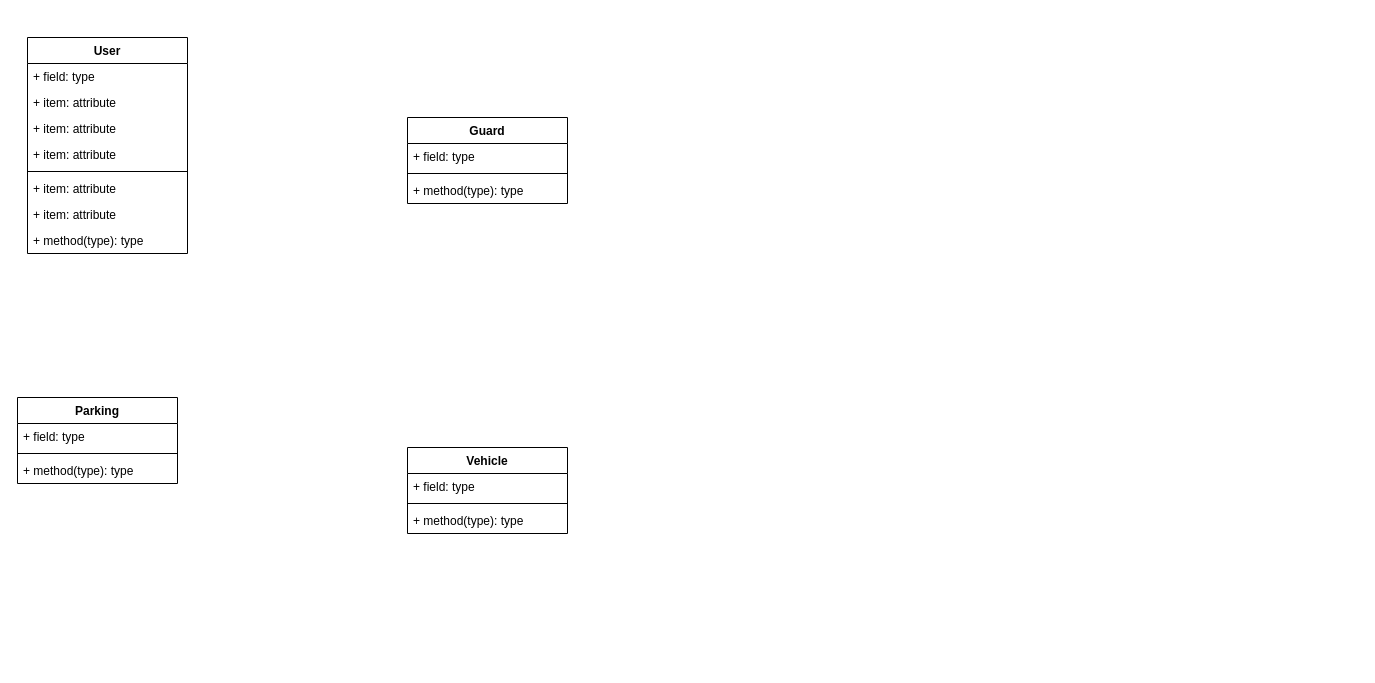
Above: Untitled Diagram.drawio in Jamil-Adnan/AssignmentParkinLot (draw.io), before the change. Source tidied: cells renumbered, new cells numbered last; positions are measured from the earlier drawing's top-left corner, leaving out a move shared by most shapes. Both pictures are drawn from the tidied source at 100%, with x=0, y=0 at pixel (17, 37).
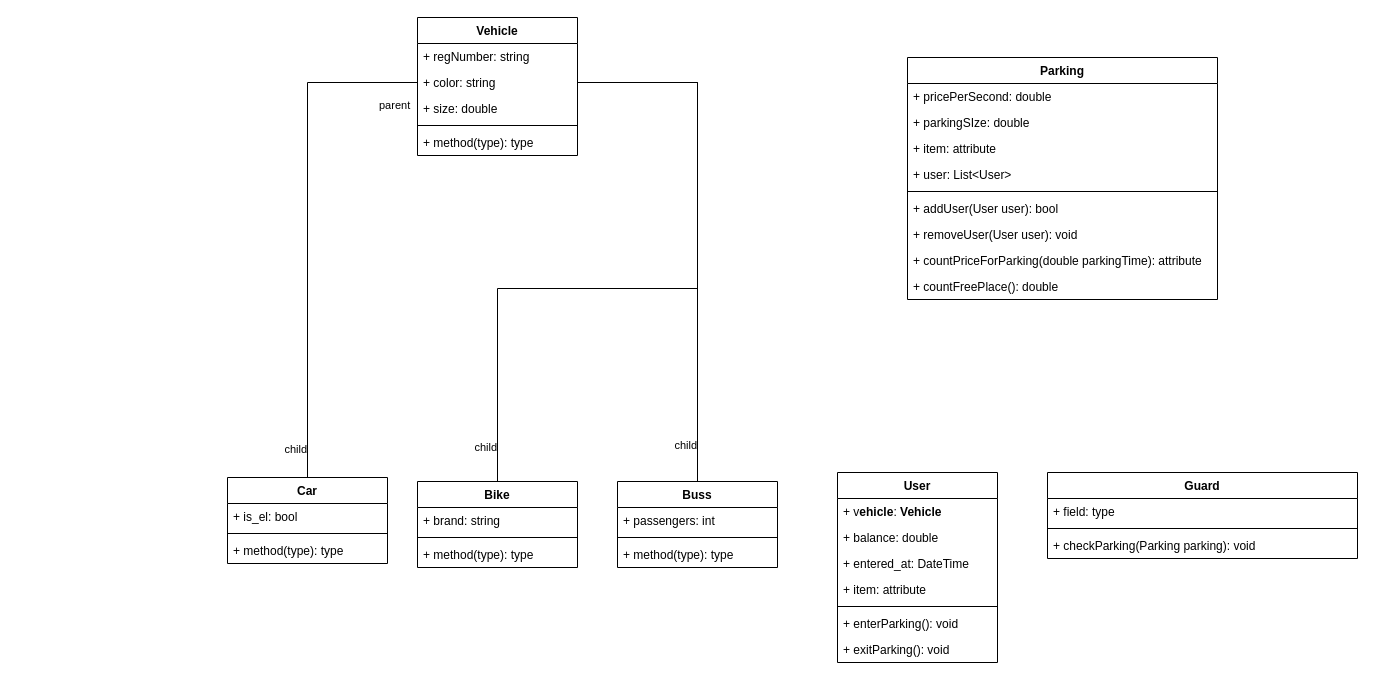
Above is the later version.

Commit message:
Planed few stuff

Change to the diagram source:
```diff
@@
     <mxCell id="2" value="Parking" style="swimlane;fontStyle=1;align=center;verticalAlign=top;horizontal=1;startSize=26;whiteSpace=wrap;html=1;" parent="1" vertex="1">
-      <mxGeometry y="360" width="160" height="86" as="geometry" />
+      <mxGeometry x="890" y="20" width="310" height="242" as="geometry" />
     </mxCell>
+    <mxCell id="23" value="+ pricePerSecond: double" style="text;strokeColor=none;fillColor=none;align=left;verticalAlign=top;spacingLeft=4;spacingRight=4;overflow=hidden;whiteSpace=wrap;html=1;" parent="2" vertex="1">
+      <mxGeometry y="26" width="310" height="26" as="geometry" />
+    </mxCell>
+    <mxCell id="24" value="+ parkingSIze: double" style="text;strokeColor=none;fillColor=none;align=left;verticalAlign=top;spacingLeft=4;spacingRight=4;overflow=hidden;whiteSpace=wrap;html=1;" parent="2" vertex="1">
+      <mxGeometry y="52" width="310" height="26" as="geometry" />
+    </mxCell>
+    <mxCell id="25" value="+ item: attribute" style="text;strokeColor=none;fillColor=none;align=left;verticalAlign=top;spacingLeft=4;spacingRight=4;overflow=hidden;whiteSpace=wrap;html=1;" parent="2" vertex="1">
+      <mxGeometry y="78" width="310" height="26" as="geometry" />
+    </mxCell>
-    <mxCell id="3" value="+ field: type" style="text;strokeColor=none;fillColor=none;align=left;verticalAlign=top;spacingLeft=4;spacingRight=4;overflow=hidden;whiteSpace=wrap;html=1;" parent="2" vertex="1">
-      <mxGeometry y="26" width="160" height="26" as="geometry" />
+    <mxCell id="3" value="+ user: List&amp;lt;User&amp;gt;" style="text;strokeColor=none;fillColor=none;align=left;verticalAlign=top;spacingLeft=4;spacingRight=4;overflow=hidden;whiteSpace=wrap;html=1;" parent="2" vertex="1">
+      <mxGeometry y="104" width="310" height="26" as="geometry" />
     </mxCell>
     <mxCell id="4" style="line;strokeWidth=1;fillColor=none;align=left;verticalAlign=middle;spacingTop=-1;spacingLeft=3;spacingRight=3;labelPosition=right;strokeColor=inherit;" parent="2" vertex="1">
-      <mxGeometry y="52" width="160" height="8" as="geometry" />
+      <mxGeometry y="130" width="310" height="8" as="geometry" />
     </mxCell>
+    <mxCell id="26" value="+ addUser(User user): bool&lt;div&gt;&lt;span style=&quot;white-space: pre;&quot;&gt;&#9;&lt;/span&gt;&lt;br&gt;&lt;/div&gt;" style="text;strokeColor=none;fillColor=none;align=left;verticalAlign=top;spacingLeft=4;spacingRight=4;overflow=hidden;whiteSpace=wrap;html=1;" parent="2" vertex="1">
+      <mxGeometry y="138" width="310" height="26" as="geometry" />
+    </mxCell>
+    <mxCell id="27" value="+ removeUser(User user): void&lt;span style=&quot;white-space: pre;&quot;&gt;&#9;&lt;/span&gt;" style="text;strokeColor=none;fillColor=none;align=left;verticalAlign=top;spacingLeft=4;spacingRight=4;overflow=hidden;whiteSpace=wrap;html=1;" parent="2" vertex="1">
+      <mxGeometry y="164" width="310" height="26" as="geometry" />
+    </mxCell>
+    <mxCell id="28" value="+ countPriceForParking(double parkingTime): attribute" style="text;strokeColor=none;fillColor=none;align=left;verticalAlign=top;spacingLeft=4;spacingRight=4;overflow=hidden;whiteSpace=wrap;html=1;" parent="2" vertex="1">
+      <mxGeometry y="190" width="310" height="26" as="geometry" />
+    </mxCell>
-    <mxCell id="5" value="+ method(type): type" style="text;strokeColor=none;fillColor=none;align=left;verticalAlign=top;spacingLeft=4;spacingRight=4;overflow=hidden;whiteSpace=wrap;html=1;" parent="2" vertex="1">
-      <mxGeometry y="60" width="160" height="26" as="geometry" />
+    <mxCell id="5" value="+ countFreePlace(): double" style="text;strokeColor=none;fillColor=none;align=left;verticalAlign=top;spacingLeft=4;spacingRight=4;overflow=hidden;whiteSpace=wrap;html=1;" parent="2" vertex="1">
+      <mxGeometry y="216" width="310" height="26" as="geometry" />
     </mxCell>
     <mxCell id="6" value="Guard" style="swimlane;fontStyle=1;align=center;verticalAlign=top;horizontal=1;startSize=26;whiteSpace=wrap;html=1;" parent="1" vertex="1">
-      <mxGeometry x="390" y="80" width="160" height="86" as="geometry" />
+      <mxGeometry x="1030" y="435" width="310" height="86" as="geometry" />
     </mxCell>
     <mxCell id="7" value="+ field: type" style="text;strokeColor=none;fillColor=none;align=left;verticalAlign=top;spacingLeft=4;spacingRight=4;overflow=hidden;whiteSpace=wrap;html=1;" parent="6" vertex="1">
-      <mxGeometry y="26" width="160" height="26" as="geometry" />
+      <mxGeometry y="26" width="310" height="26" as="geometry" />
     </mxCell>
     <mxCell id="8" style="line;strokeWidth=1;fillColor=none;align=left;verticalAlign=middle;spacingTop=-1;spacingLeft=3;spacingRight=3;labelPosition=right;strokeColor=inherit;" parent="6" vertex="1">
-      <mxGeometry y="52" width="160" height="8" as="geometry" />
+      <mxGeometry y="52" width="310" height="8" as="geometry" />
     </mxCell>
-    <mxCell id="9" value="+ method(type): type" style="text;strokeColor=none;fillColor=none;align=left;verticalAlign=top;spacingLeft=4;spacingRight=4;overflow=hidden;whiteSpace=wrap;html=1;" parent="6" vertex="1">
-      <mxGeometry y="60" width="160" height="26" as="geometry" />
+    <mxCell id="9" value="+ checkParking(Parking parking): void" style="text;strokeColor=none;fillColor=none;align=left;verticalAlign=top;spacingLeft=4;spacingRight=4;overflow=hidden;whiteSpace=wrap;html=1;" parent="6" vertex="1">
+      <mxGeometry y="60" width="310" height="26" as="geometry" />
     </mxCell>
     <mxCell id="10" value="User" style="swimlane;fontStyle=1;align=center;verticalAlign=top;horizontal=1;startSize=26;whiteSpace=wrap;html=1;" parent="1" vertex="1">
-      <mxGeometry x="10" width="160" height="216" as="geometry" />
+      <mxGeometry x="820" y="435" width="160" height="190" as="geometry" />
     </mxCell>
-    <mxCell id="11" value="+ field: type" style="text;strokeColor=none;fillColor=none;align=left;verticalAlign=top;spacingLeft=4;spacingRight=4;overflow=hidden;whiteSpace=wrap;html=1;" parent="10" vertex="1">
+    <mxCell id="11" value="+ v&lt;span style=&quot;font-weight: 700; text-align: center;&quot;&gt;ehicle&lt;/span&gt;:&amp;nbsp;&lt;span style=&quot;font-weight: 700; text-align: center;&quot;&gt;Vehicle&lt;/span&gt;" style="text;strokeColor=none;fillColor=none;align=left;verticalAlign=top;spacingLeft=4;spacingRight=4;overflow=hidden;whiteSpace=wrap;html=1;" parent="10" vertex="1">
       <mxGeometry y="26" width="160" height="26" as="geometry" />
     </mxCell>
-    <mxCell id="12" value="+ item: attribute" style="text;strokeColor=none;fillColor=none;align=left;verticalAlign=top;spacingLeft=4;spacingRight=4;overflow=hidden;whiteSpace=wrap;html=1;" parent="10" vertex="1">
+    <mxCell id="12" value="+ balance: double" style="text;strokeColor=none;fillColor=none;align=left;verticalAlign=top;spacingLeft=4;spacingRight=4;overflow=hidden;whiteSpace=wrap;html=1;" parent="10" vertex="1">
       <mxGeometry y="52" width="160" height="26" as="geometry" />
     </mxCell>
-    <mxCell id="13" value="+ item: attribute" style="text;strokeColor=none;fillColor=none;align=left;verticalAlign=top;spacingLeft=4;spacingRight=4;overflow=hidden;whiteSpace=wrap;html=1;" parent="10" vertex="1">
+    <mxCell id="13" value="+ entered_at: DateTime" style="text;strokeColor=none;fillColor=none;align=left;verticalAlign=top;spacingLeft=4;spacingRight=4;overflow=hidden;whiteSpace=wrap;html=1;" parent="10" vertex="1">
       <mxGeometry y="78" width="160" height="26" as="geometry" />
     </mxCell>
@@
-    <mxCell id="16" value="+ item: attribute" style="text;strokeColor=none;fillColor=none;align=left;verticalAlign=top;spacingLeft=4;spacingRight=4;overflow=hidden;whiteSpace=wrap;html=1;" parent="10" vertex="1">
+    <mxCell id="16" value="+ enterParking(): void" style="text;strokeColor=none;fillColor=none;align=left;verticalAlign=top;spacingLeft=4;spacingRight=4;overflow=hidden;whiteSpace=wrap;html=1;" parent="10" vertex="1">
       <mxGeometry y="138" width="160" height="26" as="geometry" />
     </mxCell>
-    <mxCell id="17" value="+ item: attribute" style="text;strokeColor=none;fillColor=none;align=left;verticalAlign=top;spacingLeft=4;spacingRight=4;overflow=hidden;whiteSpace=wrap;html=1;" parent="10" vertex="1">
+    <mxCell id="17" value="+ exitParking(): void" style="text;strokeColor=none;fillColor=none;align=left;verticalAlign=top;spacingLeft=4;spacingRight=4;overflow=hidden;whiteSpace=wrap;html=1;" parent="10" vertex="1">
       <mxGeometry y="164" width="160" height="26" as="geometry" />
     </mxCell>
-    <mxCell id="18" value="+ method(type): type" style="text;strokeColor=none;fillColor=none;align=left;verticalAlign=top;spacingLeft=4;spacingRight=4;overflow=hidden;whiteSpace=wrap;html=1;" parent="10" vertex="1">
-      <mxGeometry y="190" width="160" height="26" as="geometry" />
-    </mxCell>
     <mxCell id="19" value="Vehicle" style="swimlane;fontStyle=1;align=center;verticalAlign=top;horizontal=1;startSize=26;whiteSpace=wrap;html=1;" parent="1" vertex="1">
-      <mxGeometry x="390" y="410" width="160" height="86" as="geometry" />
+      <mxGeometry x="400" y="-20" width="160" height="138" as="geometry" />
     </mxCell>
+    <mxCell id="29" value="+ regNumber: string" style="text;strokeColor=none;fillColor=none;align=left;verticalAlign=top;spacingLeft=4;spacingRight=4;overflow=hidden;whiteSpace=wrap;html=1;" parent="19" vertex="1">
+      <mxGeometry y="26" width="160" height="26" as="geometry" />
+    </mxCell>
+    <mxCell id="30" value="+ color: string" style="text;strokeColor=none;fillColor=none;align=left;verticalAlign=top;spacingLeft=4;spacingRight=4;overflow=hidden;points=[[0,0.5],[1,0.5]];portConstraint=eastwest;whiteSpace=wrap;html=1;" parent="19" vertex="1">
+      <mxGeometry y="52" width="160" height="26" as="geometry" />
+    </mxCell>
-    <mxCell id="20" value="+ field: type" style="text;strokeColor=none;fillColor=none;align=left;verticalAlign=top;spacingLeft=4;spacingRight=4;overflow=hidden;whiteSpace=wrap;html=1;" parent="19" vertex="1">
-      <mxGeometry y="26" width="160" height="26" as="geometry" />
+    <mxCell id="20" value="+ size: double" style="text;strokeColor=none;fillColor=none;align=left;verticalAlign=top;spacingLeft=4;spacingRight=4;overflow=hidden;whiteSpace=wrap;html=1;" parent="19" vertex="1">
+      <mxGeometry y="78" width="160" height="26" as="geometry" />
     </mxCell>
     <mxCell id="21" style="line;strokeWidth=1;fillColor=none;align=left;verticalAlign=middle;spacingTop=-1;spacingLeft=3;spacingRight=3;labelPosition=right;strokeColor=inherit;" parent="19" vertex="1">
-      <mxGeometry y="52" width="160" height="8" as="geometry" />
+      <mxGeometry y="104" width="160" height="8" as="geometry" />
     </mxCell>
     <mxCell id="22" value="+ method(type): type" style="text;strokeColor=none;fillColor=none;align=left;verticalAlign=top;spacingLeft=4;spacingRight=4;overflow=hidden;whiteSpace=wrap;html=1;" parent="19" vertex="1">
-      <mxGeometry y="60" width="160" height="26" as="geometry" />
+      <mxGeometry y="112" width="160" height="26" as="geometry" />
     </mxCell>
+    <mxCell id="31" value="Car" style="swimlane;fontStyle=1;align=center;verticalAlign=top;horizontal=1;startSize=26;whiteSpace=wrap;html=1;" parent="1" vertex="1">
+      <mxGeometry x="210" y="440" width="160" height="86" as="geometry" />
+    </mxCell>
+    <mxCell id="32" value="+ is_el: bool" style="text;strokeColor=none;fillColor=none;align=left;verticalAlign=top;spacingLeft=4;spacingRight=4;overflow=hidden;whiteSpace=wrap;html=1;" parent="31" vertex="1">
+      <mxGeometry y="26" width="160" height="26" as="geometry" />
+    </mxCell>
+    <mxCell id="33" style="line;strokeWidth=1;fillColor=none;align=left;verticalAlign=middle;spacingTop=-1;spacingLeft=3;spacingRight=3;labelPosition=right;strokeColor=inherit;" parent="31" vertex="1">
+      <mxGeometry y="52" width="160" height="8" as="geometry" />
+    </mxCell>
+    <mxCell id="34" value="+ method(type): type" style="text;strokeColor=none;fillColor=none;align=left;verticalAlign=top;spacingLeft=4;spacingRight=4;overflow=hidden;whiteSpace=wrap;html=1;" parent="31" vertex="1">
+      <mxGeometry y="60" width="160" height="26" as="geometry" />
+    </mxCell>
+    <mxCell id="35" value="Bike" style="swimlane;fontStyle=1;align=center;verticalAlign=top;horizontal=1;startSize=26;whiteSpace=wrap;html=1;" parent="1" vertex="1">
+      <mxGeometry x="400" y="444" width="160" height="86" as="geometry" />
+    </mxCell>
+    <mxCell id="36" value="+ brand: string" style="text;strokeColor=none;fillColor=none;align=left;verticalAlign=top;spacingLeft=4;spacingRight=4;overflow=hidden;whiteSpace=wrap;html=1;" parent="35" vertex="1">
+      <mxGeometry y="26" width="160" height="26" as="geometry" />
+    </mxCell>
+    <mxCell id="37" style="line;strokeWidth=1;fillColor=none;align=left;verticalAlign=middle;spacingTop=-1;spacingLeft=3;spacingRight=3;labelPosition=right;strokeColor=inherit;" parent="35" vertex="1">
+      <mxGeometry y="52" width="160" height="8" as="geometry" />
+    </mxCell>
+    <mxCell id="38" value="+ method(type): type" style="text;strokeColor=none;fillColor=none;align=left;verticalAlign=top;spacingLeft=4;spacingRight=4;overflow=hidden;whiteSpace=wrap;html=1;" parent="35" vertex="1">
+      <mxGeometry y="60" width="160" height="26" as="geometry" />
+    </mxCell>
+    <mxCell id="39" value="Buss" style="swimlane;fontStyle=1;align=center;verticalAlign=top;horizontal=1;startSize=26;whiteSpace=wrap;html=1;" parent="1" vertex="1">
+      <mxGeometry x="600" y="444" width="160" height="86" as="geometry" />
+    </mxCell>
+    <mxCell id="40" value="+ passengers: int" style="text;strokeColor=none;fillColor=none;align=left;verticalAlign=top;spacingLeft=4;spacingRight=4;overflow=hidden;whiteSpace=wrap;html=1;" parent="39" vertex="1">
+      <mxGeometry y="26" width="160" height="26" as="geometry" />
+    </mxCell>
+    <mxCell id="41" style="line;strokeWidth=1;fillColor=none;align=left;verticalAlign=middle;spacingTop=-1;spacingLeft=3;spacingRight=3;labelPosition=right;strokeColor=inherit;" parent="39" vertex="1">
+      <mxGeometry y="52" width="160" height="8" as="geometry" />
+    </mxCell>
+    <mxCell id="42" value="+ method(type): type" style="text;strokeColor=none;fillColor=none;align=left;verticalAlign=top;spacingLeft=4;spacingRight=4;overflow=hidden;whiteSpace=wrap;html=1;" parent="39" vertex="1">
+      <mxGeometry y="60" width="160" height="26" as="geometry" />
+    </mxCell>
+    <mxCell id="43" style="endArrow=none;html=1;edgeStyle=orthogonalEdgeStyle;rounded=0;exitX=0;exitY=0.5;exitDx=0;exitDy=0;entryX=0.5;entryY=0;entryDx=0;entryDy=0;" parent="1" edge="1" source="30" target="31">
+      <mxGeometry relative="1" as="geometry" />
+    </mxCell>
+    <mxCell id="44" value="parent" style="edgeLabel;html=1;align=left;verticalAlign=bottom;" parent="43" vertex="1">
+      <mxGeometry x="-1" relative="1" as="geometry">
+        <mxPoint x="-40" y="31" as="offset" />
+      </mxGeometry>
+    </mxCell>
+    <mxCell id="45" value="child" style="edgeLabel;html=1;align=right;verticalAlign=bottom;" parent="43" vertex="1">
+      <mxGeometry x="1" relative="1" as="geometry">
+        <mxPoint y="-20" as="offset" />
+      </mxGeometry>
+    </mxCell>
+    <mxCell id="46" style="endArrow=none;html=1;edgeStyle=orthogonalEdgeStyle;rounded=0;exitX=1;exitY=0.5;exitDx=0;exitDy=0;entryX=0.5;entryY=0;entryDx=0;entryDy=0;" parent="1" edge="1" source="30" target="35">
+      <mxGeometry relative="1" as="geometry">
+        <Array as="points">
+          <mxPoint x="680" y="45" />
+          <mxPoint x="680" y="251" />
+          <mxPoint x="480" y="251" />
+        </Array>
+      </mxGeometry>
+    </mxCell>
+    <mxCell id="47" value="child" style="edgeLabel;html=1;align=right;verticalAlign=bottom;" parent="46" vertex="1">
+      <mxGeometry x="1" relative="1" as="geometry">
+        <mxPoint y="-26" as="offset" />
+      </mxGeometry>
+    </mxCell>
+    <mxCell id="48" style="endArrow=none;html=1;edgeStyle=orthogonalEdgeStyle;rounded=0;exitX=1;exitY=0.5;exitDx=0;exitDy=0;entryX=0.5;entryY=0;entryDx=0;entryDy=0;" parent="1" edge="1" source="30" target="39">
+      <mxGeometry relative="1" as="geometry" />
+    </mxCell>
+    <mxCell id="49" value="child" style="edgeLabel;html=1;align=right;verticalAlign=bottom;" parent="48" vertex="1">
+      <mxGeometry x="1" relative="1" as="geometry">
+        <mxPoint y="-28" as="offset" />
+      </mxGeometry>
+    </mxCell>
```
